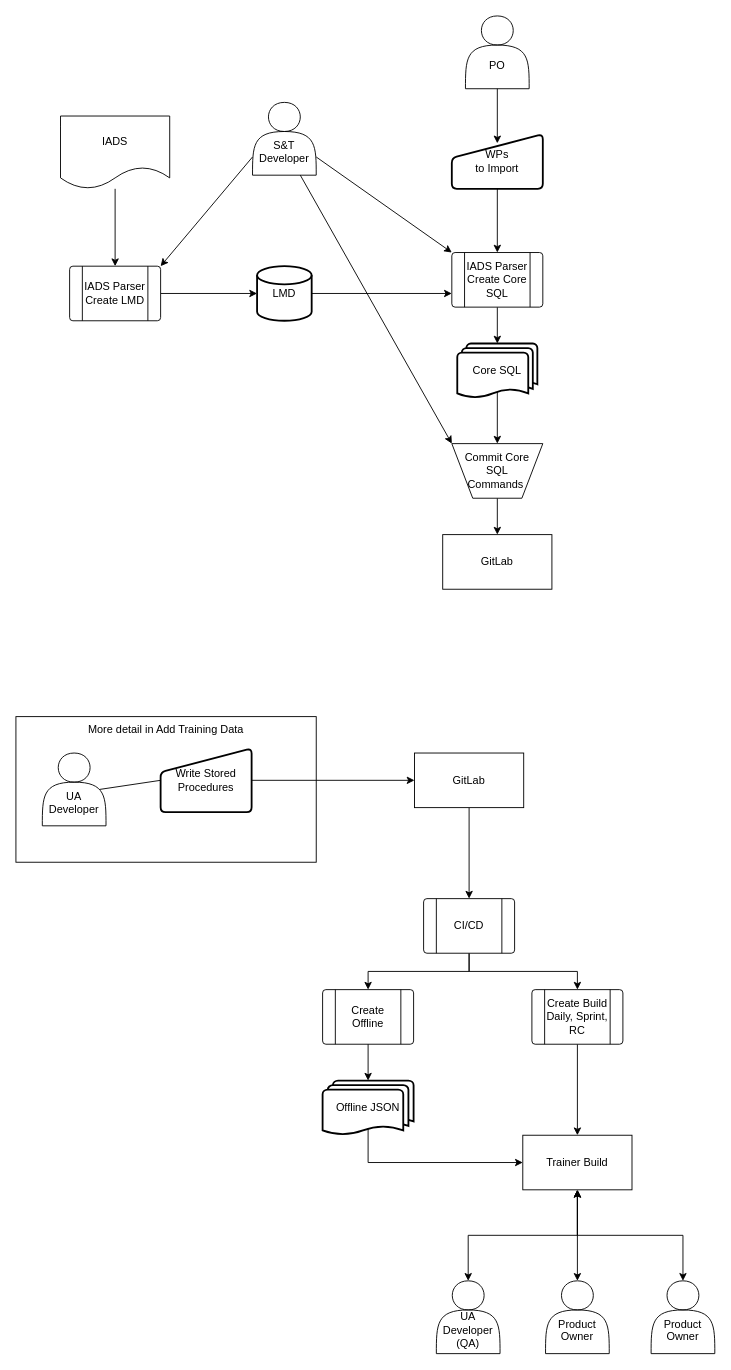
This is IETM Based Workflows/Testing Overview NEW v1.drawio from Bspeirtorch/draw, a draw.io file, before an edit. Source tidied: cells renumbered, new cells numbered last; positions are measured from the earlier drawing's top-left corner, leaving out a move shared by most shapes. Both pictures are drawn from the tidied source at 91%, with x=0, y=0 at pixel (15, 15).
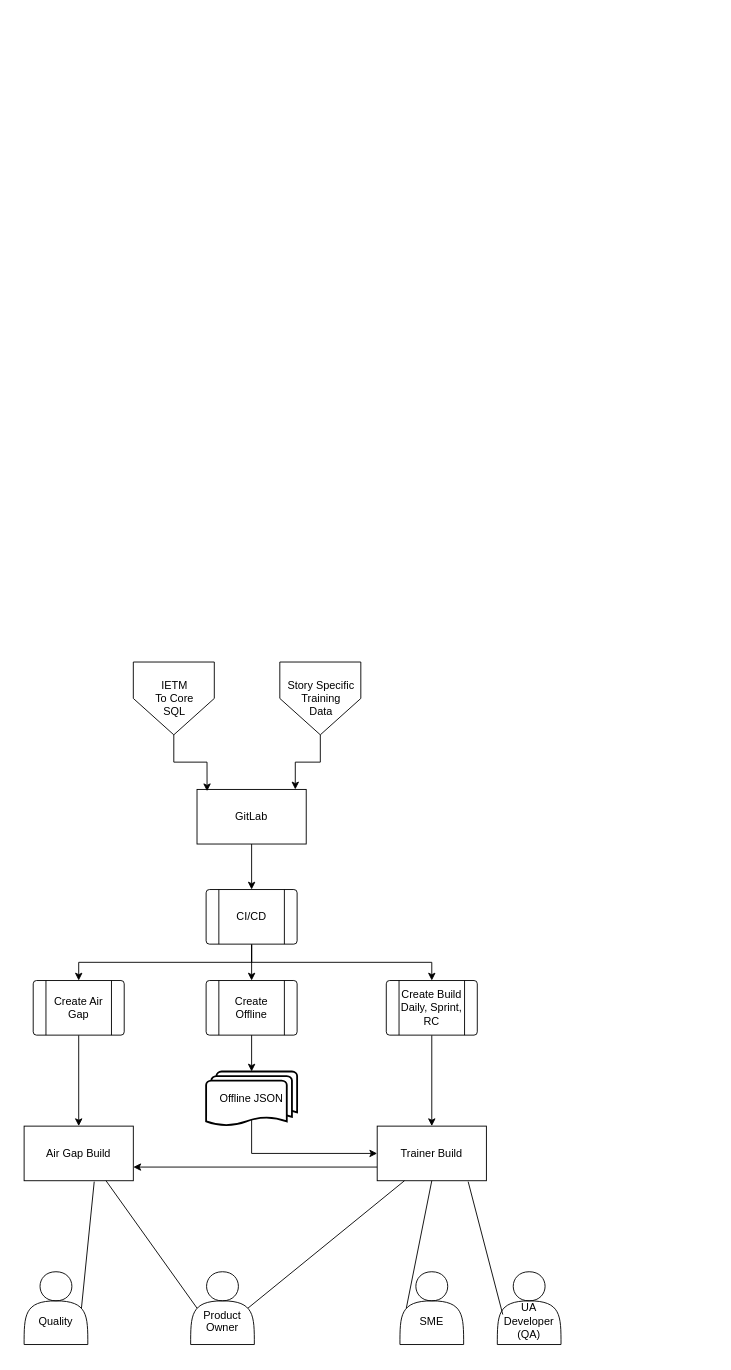
The same diagram, later.

The edit, as a diff of the source:
```diff
@@
     <mxCell id="2" value="Offline JSON" style="strokeWidth=2;html=1;shape=mxgraph.flowchart.multi-document;whiteSpace=wrap;" parent="1" vertex="1">
-      <mxGeometry x="337" y="1170" width="100" height="60" as="geometry" />
+      <mxGeometry x="209" y="1160" width="100" height="60" as="geometry" />
     </mxCell>
     <mxCell id="3" style="edgeStyle=orthogonalEdgeStyle;rounded=0;jettySize=auto;html=1;exitX=0.5;exitY=0.88;exitDx=0;exitDy=0;entryX=0;entryY=0.5;entryDx=0;entryDy=0;exitPerimeter=0;" parent="1" edge="1" source="2" target="7">
       <mxGeometry relative="1" as="geometry">
         <Array as="points">
-          <mxPoint x="387" y="1260" />
+          <mxPoint x="259" y="1250" />
         </Array>
       </mxGeometry>
     </mxCell>
@@
+    <mxCell id="46" style="edgeStyle=orthogonalEdgeStyle;rounded=0;jettySize=auto;html=1;exitX=0.5;exitY=1;exitDx=0;exitDy=0;entryX=0.5;entryY=0;entryDx=0;entryDy=0;" parent="1" edge="1" source="6" target="49">
+      <mxGeometry relative="1" as="geometry" />
+    </mxCell>
     <mxCell id="6" value="CI/CD" style="verticalLabelPosition=middle;verticalAlign=middle;html=1;shape=process;whiteSpace=wrap;rounded=1;size=0.14;arcSize=6;labelPosition=center;align=center;" parent="1" vertex="1">
-      <mxGeometry x="448" y="970" width="100" height="60" as="geometry" />
+      <mxGeometry x="209" y="960" width="100" height="60" as="geometry" />
     </mxCell>
+    <mxCell id="47" style="edgeStyle=orthogonalEdgeStyle;rounded=0;jettySize=auto;html=1;exitX=0;exitY=0.75;exitDx=0;exitDy=0;entryX=1;entryY=0.75;entryDx=0;entryDy=0;" parent="1" edge="1" source="7" target="50">
+      <mxGeometry relative="1" as="geometry" />
+    </mxCell>
     <mxCell id="7" value="Trainer Build" style="rounded=0;whiteSpace=wrap;html=1;" parent="1" vertex="1">
-      <mxGeometry x="557" y="1230" width="120" height="60" as="geometry" />
+      <mxGeometry x="397" y="1220" width="120" height="60" as="geometry" />
     </mxCell>
-    <mxCell id="8" style="edgeStyle=orthogonalEdgeStyle;rounded=0;jettySize=auto;html=1;exitX=0.5;exitY=0;exitDx=0;exitDy=0;entryX=0.5;entryY=1;entryDx=0;entryDy=0;startArrow=classic;startFill=1;" parent="1" edge="1" source="9" target="7">
-      <mxGeometry relative="1" as="geometry" />
-    </mxCell>
     <mxCell id="9" value="&lt;br&gt;&lt;br&gt;UA Developer (QA)" style="shape=actor;whiteSpace=wrap;html=1;labelPosition=center;verticalLabelPosition=middle;align=center;verticalAlign=middle;" parent="1" vertex="1">
-      <mxGeometry x="462" y="1390" width="70" height="80" as="geometry" />
+      <mxGeometry x="529" y="1380" width="70" height="80" as="geometry" />
     </mxCell>
-    <mxCell id="10" style="edgeStyle=orthogonalEdgeStyle;rounded=0;jettySize=auto;html=1;exitX=0.5;exitY=0;exitDx=0;exitDy=0;entryX=0.5;entryY=1;entryDx=0;entryDy=0;startArrow=classic;startFill=1;" parent="1" edge="1" source="11" target="7">
-      <mxGeometry relative="1" as="geometry" />
-    </mxCell>
-    <mxCell id="11" value="&lt;br&gt;&lt;br&gt;Product Owner" style="shape=actor;whiteSpace=wrap;html=1;labelPosition=center;verticalLabelPosition=middle;align=center;verticalAlign=middle;" parent="1" vertex="1">
-      <mxGeometry x="582" y="1390" width="70" height="80" as="geometry" />
+    <mxCell id="11" value="&lt;br&gt;&lt;br&gt;SME" style="shape=actor;whiteSpace=wrap;html=1;labelPosition=center;verticalLabelPosition=middle;align=center;verticalAlign=middle;" parent="1" vertex="1">
+      <mxGeometry x="422" y="1380" width="70" height="80" as="geometry" />
     </mxCell>
     <mxCell id="12" value="&lt;br&gt;&lt;br&gt;Product Owner" style="shape=actor;whiteSpace=wrap;html=1;labelPosition=center;verticalLabelPosition=middle;align=center;verticalAlign=middle;" parent="1" vertex="1">
-      <mxGeometry x="698" y="1390" width="70" height="80" as="geometry" />
+      <mxGeometry x="192" y="1380" width="70" height="80" as="geometry" />
     </mxCell>
-    <mxCell id="13" style="edgeStyle=orthogonalEdgeStyle;rounded=0;jettySize=auto;html=1;exitX=0.5;exitY=0;exitDx=0;exitDy=0;startArrow=classic;startFill=1;" parent="1" edge="1" source="12" target="7">
-      <mxGeometry relative="1" as="geometry" />
-    </mxCell>
-    <mxCell id="14" value="IADS" style="shape=document;whiteSpace=wrap;html=1;boundedLbl=1;" parent="1" vertex="1">
-      <mxGeometry x="49" y="110" width="120" height="80" as="geometry" />
-    </mxCell>
-    <mxCell id="15" style="edgeStyle=orthogonalEdgeStyle;rounded=0;jettySize=auto;html=1;exitX=0.5;exitY=0;exitDx=0;exitDy=0;endArrow=none;endFill=0;startArrow=classic;startFill=1;" parent="1" edge="1" source="19" target="14">
-      <mxGeometry relative="1" as="geometry" />
-    </mxCell>
-    <mxCell id="16" style="edgeStyle=orthogonalEdgeStyle;rounded=0;jettySize=auto;html=1;exitX=1;exitY=0.5;exitDx=0;exitDy=0;entryX=0;entryY=0.5;entryDx=0;entryDy=0;entryPerimeter=0;" parent="1" edge="1" source="19" target="18">
-      <mxGeometry relative="1" as="geometry" />
-    </mxCell>
-    <mxCell id="17" style="edgeStyle=orthogonalEdgeStyle;rounded=0;jettySize=auto;html=1;exitX=1;exitY=0.5;exitDx=0;exitDy=0;exitPerimeter=0;entryX=0;entryY=0.75;entryDx=0;entryDy=0;" parent="1" edge="1" source="18" target="30">
-      <mxGeometry relative="1" as="geometry" />
-    </mxCell>
-    <mxCell id="18" value="LMD" style="strokeWidth=2;html=1;shape=mxgraph.flowchart.database;whiteSpace=wrap;" parent="1" vertex="1">
-      <mxGeometry x="265" y="275" width="60" height="60" as="geometry" />
-    </mxCell>
-    <mxCell id="19" value="IADS Parser Create LMD" style="verticalLabelPosition=middle;verticalAlign=middle;html=1;shape=process;whiteSpace=wrap;rounded=1;size=0.14;arcSize=6;labelPosition=center;align=center;" parent="1" vertex="1">
-      <mxGeometry x="59" y="275" width="100" height="60" as="geometry" />
-    </mxCell>
-    <mxCell id="20" value="&lt;br&gt;&lt;br&gt;S&amp;amp;T&lt;br&gt;Developer" style="shape=actor;whiteSpace=wrap;html=1;labelPosition=center;verticalLabelPosition=middle;align=center;verticalAlign=middle;" parent="1" vertex="1">
-      <mxGeometry x="260" y="95" width="70" height="80" as="geometry" />
-    </mxCell>
-    <mxCell id="21" style="endArrow=classic;html=1;rounded=0;entryX=0;entryY=0;entryDx=0;entryDy=0;exitX=1;exitY=0.75;exitDx=0;exitDy=0;" parent="1" edge="1" source="20" target="30">
-      <mxGeometry relative="1" as="geometry" />
-    </mxCell>
-    <mxCell id="22" style="endArrow=classic;html=1;rounded=0;entryX=1;entryY=0;entryDx=0;entryDy=0;exitX=0;exitY=0.75;exitDx=0;exitDy=0;" parent="1" edge="1" source="20" target="19">
-      <mxGeometry relative="1" as="geometry" />
-    </mxCell>
-    <mxCell id="23" style="edgeStyle=orthogonalEdgeStyle;rounded=0;jettySize=auto;html=1;exitX=0.5;exitY=1;exitDx=0;exitDy=0;entryX=0.5;entryY=0;entryDx=0;entryDy=0;" parent="1" edge="1" source="24" target="34">
-      <mxGeometry relative="1" as="geometry" />
-    </mxCell>
-    <mxCell id="24" value="Commit Core SQL &lt;br&gt;Commands&amp;nbsp;" style="verticalLabelPosition=middle;verticalAlign=middle;html=1;shape=trapezoid;perimeter=trapezoidPerimeter;whiteSpace=wrap;size=0.23;arcSize=10;flipV=1;labelPosition=center;align=center;" parent="1" vertex="1">
-      <mxGeometry x="479" y="470" width="100" height="60" as="geometry" />
-    </mxCell>
-    <mxCell id="25" style="edgeStyle=orthogonalEdgeStyle;rounded=0;jettySize=auto;html=1;exitX=0.5;exitY=0.88;exitDx=0;exitDy=0;exitPerimeter=0;entryX=0.5;entryY=0;entryDx=0;entryDy=0;" parent="1" edge="1" source="26" target="24">
-      <mxGeometry relative="1" as="geometry" />
-    </mxCell>
-    <mxCell id="26" value="Core SQL" style="strokeWidth=2;html=1;shape=mxgraph.flowchart.multi-document;whiteSpace=wrap;" parent="1" vertex="1">
-      <mxGeometry x="485" y="360" width="88" height="60" as="geometry" />
-    </mxCell>
-    <mxCell id="27" style="edgeStyle=orthogonalEdgeStyle;rounded=0;jettySize=auto;html=1;exitX=0.5;exitY=1;exitDx=0;exitDy=0;" parent="1" edge="1" source="28" target="30">
-      <mxGeometry relative="1" as="geometry" />
-    </mxCell>
-    <mxCell id="28" value="WPs&lt;br&gt;to Import" style="html=1;strokeWidth=2;shape=manualInput;whiteSpace=wrap;rounded=1;size=26;arcSize=11;" parent="1" vertex="1">
-      <mxGeometry x="479" y="130" width="100" height="60" as="geometry" />
-    </mxCell>
-    <mxCell id="29" style="edgeStyle=orthogonalEdgeStyle;rounded=0;jettySize=auto;html=1;exitX=0.5;exitY=1;exitDx=0;exitDy=0;" parent="1" edge="1" source="30" target="26">
-      <mxGeometry relative="1" as="geometry" />
-    </mxCell>
-    <mxCell id="30" value="IADS Parser Create Core SQL" style="verticalLabelPosition=middle;verticalAlign=middle;html=1;shape=process;whiteSpace=wrap;rounded=1;size=0.14;arcSize=6;labelPosition=center;align=center;" parent="1" vertex="1">
-      <mxGeometry x="479" y="260" width="100" height="60" as="geometry" />
-    </mxCell>
-    <mxCell id="31" value="&lt;br&gt;&lt;br&gt;PO" style="shape=actor;whiteSpace=wrap;html=1;labelPosition=center;verticalLabelPosition=middle;align=center;verticalAlign=middle;" parent="1" vertex="1">
-      <mxGeometry x="494" width="70" height="80" as="geometry" />
-    </mxCell>
-    <mxCell id="32" style="edgeStyle=orthogonalEdgeStyle;rounded=0;jettySize=auto;html=1;exitX=0.5;exitY=1;exitDx=0;exitDy=0;entryX=0.5;entryY=0.167;entryDx=0;entryDy=0;entryPerimeter=0;" parent="1" edge="1" source="31" target="28">
-      <mxGeometry relative="1" as="geometry" />
-    </mxCell>
-    <mxCell id="33" style="endArrow=classic;html=1;rounded=0;exitX=0.75;exitY=1;exitDx=0;exitDy=0;entryX=0;entryY=0;entryDx=0;entryDy=0;" parent="1" edge="1" source="20" target="24">
-      <mxGeometry relative="1" as="geometry" />
-    </mxCell>
-    <mxCell id="34" value="GitLab" style="rounded=0;whiteSpace=wrap;html=1;" parent="1" vertex="1">
-      <mxGeometry x="469" y="570" width="120" height="60" as="geometry" />
-    </mxCell>
-    <mxCell id="35" value="More detail in Add Training Data" style="rounded=0;whiteSpace=wrap;html=1;fillColor=none;verticalAlign=top;" parent="1" vertex="1">
-      <mxGeometry y="770" width="330" height="160" as="geometry" />
-    </mxCell>
-    <mxCell id="36" value="Write Stored&lt;br&gt;Procedures" style="html=1;strokeWidth=2;shape=manualInput;whiteSpace=wrap;rounded=1;size=26;arcSize=11;" parent="1" vertex="1">
-      <mxGeometry x="159" y="805" width="100" height="70" as="geometry" />
-    </mxCell>
-    <mxCell id="37" style="edgeStyle=orthogonalEdgeStyle;rounded=0;jettySize=auto;html=1;exitX=1;exitY=0.5;exitDx=0;exitDy=0;entryX=0;entryY=0.5;entryDx=0;entryDy=0;" parent="1" edge="1" source="36" target="40">
-      <mxGeometry relative="1" as="geometry" />
-    </mxCell>
-    <mxCell id="38" value="&lt;br&gt;&lt;br&gt;UA Developer" style="shape=actor;whiteSpace=wrap;html=1;labelPosition=center;verticalLabelPosition=middle;align=center;verticalAlign=middle;" parent="1" vertex="1">
-      <mxGeometry x="29" y="810" width="70" height="80" as="geometry" />
-    </mxCell>
@@
     <mxCell id="40" value="GitLab" style="rounded=0;whiteSpace=wrap;html=1;" parent="1" vertex="1">
-      <mxGeometry x="438" y="810" width="120" height="60" as="geometry" />
+      <mxGeometry x="199" y="850" width="120" height="60" as="geometry" />
     </mxCell>
-    <mxCell id="41" style="endArrow=none;html=1;rounded=0;exitX=0.9;exitY=0.5;exitDx=0;exitDy=0;exitPerimeter=0;entryX=0;entryY=0.5;entryDx=0;entryDy=0;" parent="1" edge="1" source="38" target="36">
-      <mxGeometry relative="1" as="geometry" />
-    </mxCell>
     <mxCell id="42" value="Create Offline" style="verticalLabelPosition=middle;verticalAlign=middle;html=1;shape=process;whiteSpace=wrap;rounded=1;size=0.14;arcSize=6;labelPosition=center;align=center;" parent="1" vertex="1">
-      <mxGeometry x="337" y="1070" width="100" height="60" as="geometry" />
+      <mxGeometry x="209" y="1060" width="100" height="60" as="geometry" />
     </mxCell>
@@
     <mxCell id="44" value="Create Build&lt;br&gt;Daily, Sprint, RC" style="verticalLabelPosition=middle;verticalAlign=middle;html=1;shape=process;whiteSpace=wrap;rounded=1;size=0.14;arcSize=6;labelPosition=center;align=center;" parent="1" vertex="1">
-      <mxGeometry x="567" y="1070" width="100" height="60" as="geometry" />
+      <mxGeometry x="407" y="1060" width="100" height="60" as="geometry" />
     </mxCell>
@@
+    <mxCell id="48" style="edgeStyle=orthogonalEdgeStyle;rounded=0;jettySize=auto;html=1;exitX=0.5;exitY=1;exitDx=0;exitDy=0;entryX=0.5;entryY=0;entryDx=0;entryDy=0;" parent="1" edge="1" source="49" target="50">
+      <mxGeometry relative="1" as="geometry" />
+    </mxCell>
+    <mxCell id="49" value="Create Air Gap" style="verticalLabelPosition=middle;verticalAlign=middle;html=1;shape=process;whiteSpace=wrap;rounded=1;size=0.14;arcSize=6;labelPosition=center;align=center;" parent="1" vertex="1">
+      <mxGeometry x="19" y="1060" width="100" height="60" as="geometry" />
+    </mxCell>
+    <mxCell id="50" value="Air Gap Build" style="rounded=0;whiteSpace=wrap;html=1;" parent="1" vertex="1">
+      <mxGeometry x="9" y="1220" width="120" height="60" as="geometry" />
+    </mxCell>
+    <mxCell id="8" style="endArrow=none;html=1;rounded=0;entryX=0.833;entryY=1.017;entryDx=0;entryDy=0;entryPerimeter=0;exitX=0.086;exitY=0.588;exitDx=0;exitDy=0;exitPerimeter=0;" parent="1" edge="1" source="9" target="7">
+      <mxGeometry relative="1" as="geometry" />
+    </mxCell>
+    <mxCell id="13" style="endArrow=none;html=1;rounded=0;exitX=0.9;exitY=0.5;exitDx=0;exitDy=0;exitPerimeter=0;entryX=0.25;entryY=1;entryDx=0;entryDy=0;" parent="1" edge="1" source="12" target="7">
+      <mxGeometry relative="1" as="geometry" />
+    </mxCell>
+    <mxCell id="51" style="endArrow=none;html=1;rounded=0;exitX=0.1;exitY=0.5;exitDx=0;exitDy=0;exitPerimeter=0;entryX=0.75;entryY=1;entryDx=0;entryDy=0;" parent="1" edge="1" source="12" target="50">
+      <mxGeometry relative="1" as="geometry" />
+    </mxCell>
+    <mxCell id="52" style="endArrow=none;html=1;rounded=0;exitX=0.9;exitY=0.5;exitDx=0;exitDy=0;exitPerimeter=0;entryX=0.642;entryY=1.017;entryDx=0;entryDy=0;entryPerimeter=0;" parent="1" edge="1" source="53" target="50">
+      <mxGeometry relative="1" as="geometry" />
+    </mxCell>
+    <mxCell id="10" style="endArrow=none;html=1;rounded=0;exitX=0.1;exitY=0.5;exitDx=0;exitDy=0;exitPerimeter=0;entryX=0.5;entryY=1;entryDx=0;entryDy=0;" parent="1" edge="1" source="11" target="7">
+      <mxGeometry relative="1" as="geometry" />
+    </mxCell>
+    <mxCell id="53" value="&lt;br&gt;&lt;br&gt;Quality" style="shape=actor;whiteSpace=wrap;html=1;labelPosition=center;verticalLabelPosition=middle;align=center;verticalAlign=middle;" parent="1" vertex="1">
+      <mxGeometry x="9" y="1380" width="70" height="80" as="geometry" />
+    </mxCell>
+    <mxCell id="54" value="IETM&lt;br&gt;To Core&lt;br&gt;SQL" style="verticalLabelPosition=middle;verticalAlign=middle;html=1;shape=offPageConnector;rounded=0;size=0.5;labelPosition=center;align=center;" parent="1" vertex="1">
+      <mxGeometry x="129" y="710" width="89" height="80" as="geometry" />
+    </mxCell>
+    <mxCell id="55" value="Story Specific&lt;br&gt;Training&lt;br&gt;Data" style="verticalLabelPosition=middle;verticalAlign=middle;html=1;shape=offPageConnector;rounded=0;size=0.5;labelPosition=center;align=center;" parent="1" vertex="1">
+      <mxGeometry x="290" y="710" width="89" height="80" as="geometry" />
+    </mxCell>
+    <mxCell id="56" style="edgeStyle=orthogonalEdgeStyle;rounded=0;jettySize=auto;html=1;exitX=0.5;exitY=1;exitDx=0;exitDy=0;entryX=0.092;entryY=0.033;entryDx=0;entryDy=0;entryPerimeter=0;" parent="1" edge="1" source="54" target="40">
+      <mxGeometry relative="1" as="geometry" />
+    </mxCell>
+    <mxCell id="57" style="edgeStyle=orthogonalEdgeStyle;rounded=0;jettySize=auto;html=1;exitX=0.5;exitY=1;exitDx=0;exitDy=0;entryX=0.9;entryY=0;entryDx=0;entryDy=0;entryPerimeter=0;" parent="1" edge="1" source="55" target="40">
+      <mxGeometry relative="1" as="geometry" />
+    </mxCell>
```
